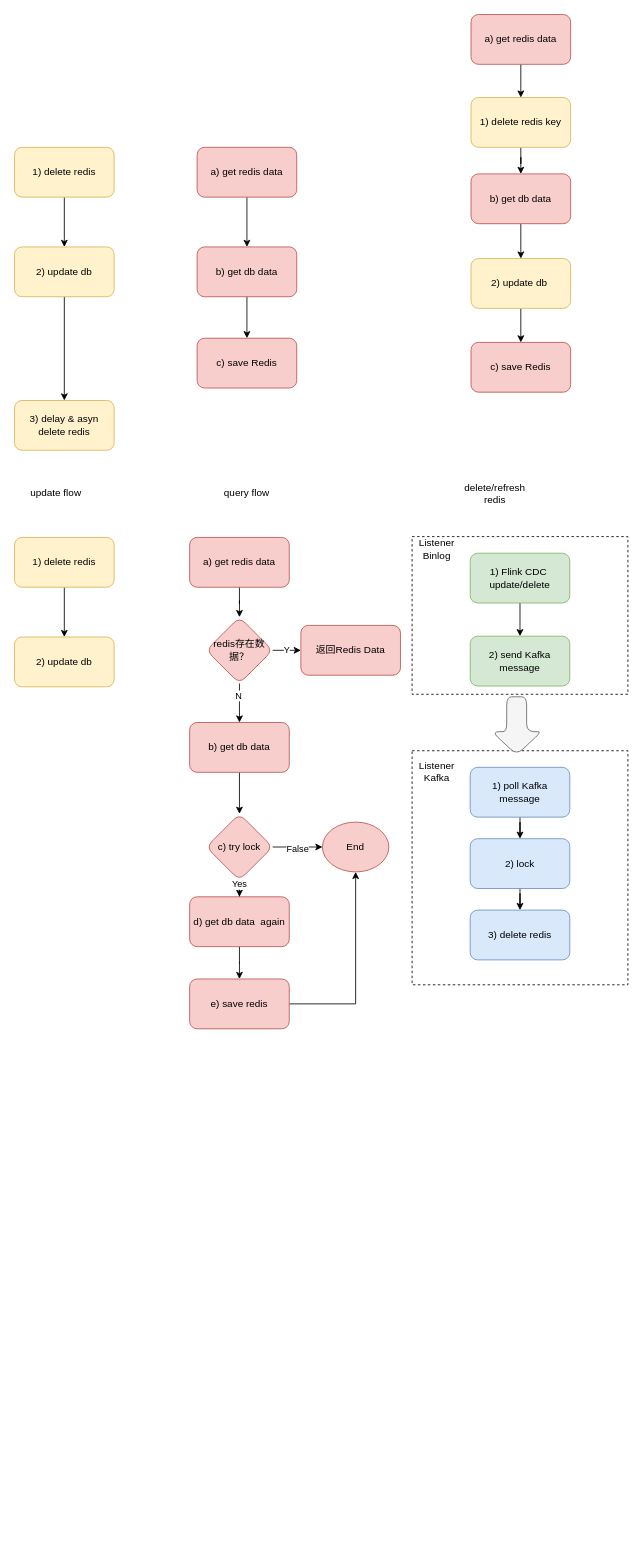
Before: db&redis_consistency.drawio in qiufang1314/drawio, a draw.io diagram. Source tidied: cells renumbered, new cells numbered last; positions are measured from the earlier drawing's top-left corner, leaving out a move shared by most shapes. Both pictures are drawn from the tidied source at 83%, with x=0, y=0 at pixel (14, 14).
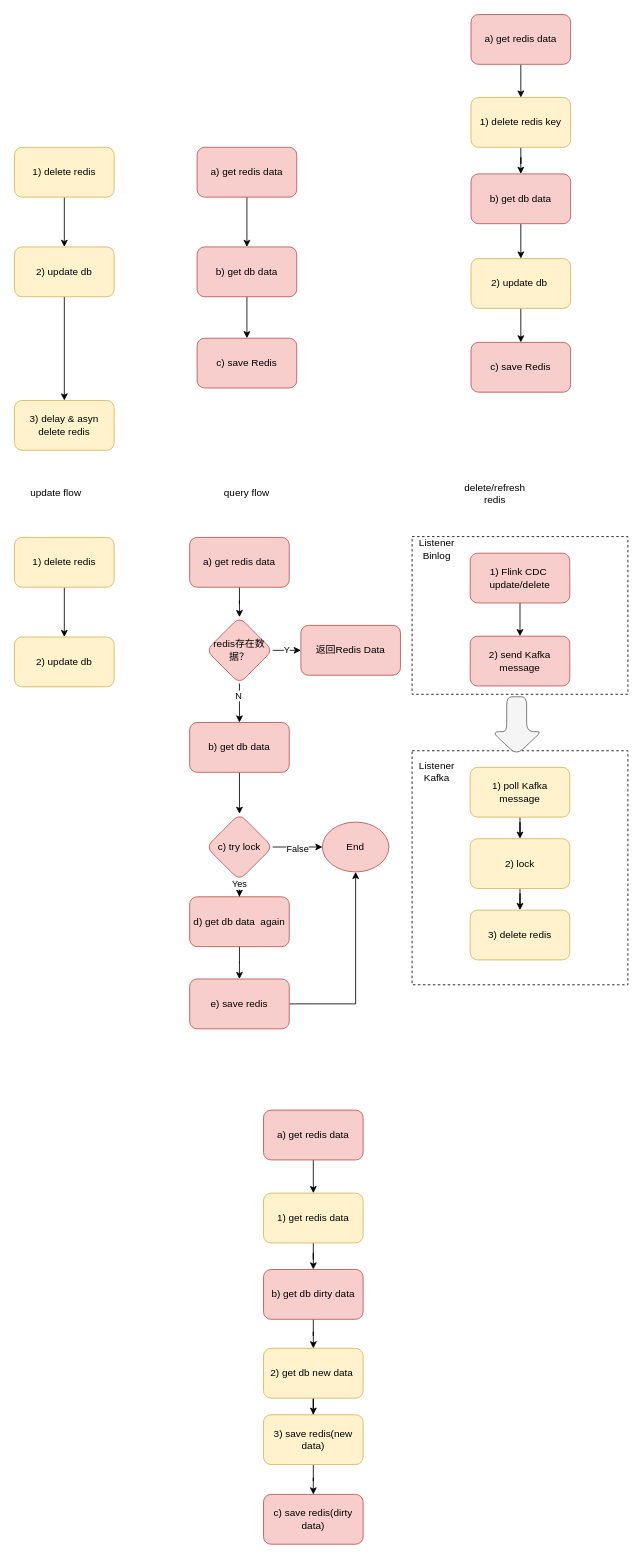
Above is the later version.

Change to the diagram source:
```diff
@@
-    <mxCell id="43" value="1) Flink CDC&amp;nbsp;&lt;br&gt;update/delete" style="rounded=1;whiteSpace=wrap;html=1;fillColor=#d5e8d4;strokeColor=#82b366;" parent="1" vertex="1">
+    <mxCell id="43" value="1) Flink CDC&amp;nbsp;&lt;br&gt;update/delete" style="rounded=1;whiteSpace=wrap;html=1;fillColor=#f8cecc;strokeColor=#b85450;" parent="1" vertex="1">
       <mxGeometry x="549" y="649" width="120" height="60" as="geometry" />
     </mxCell>
-    <mxCell id="44" value="2) send Kafka message" style="whiteSpace=wrap;html=1;fillColor=#d5e8d4;strokeColor=#82b366;rounded=1;" parent="1" vertex="1">
+    <mxCell id="44" value="2) send Kafka message" style="whiteSpace=wrap;html=1;fillColor=#f8cecc;strokeColor=#b85450;rounded=1;" parent="1" vertex="1">
       <mxGeometry x="549" y="749" width="120" height="60" as="geometry" />
     </mxCell>
@@
-    <mxCell id="46" value="1) poll Kafka message" style="whiteSpace=wrap;html=1;fillColor=#dae8fc;strokeColor=#6c8ebf;rounded=1;" parent="1" vertex="1">
+    <mxCell id="46" value="1) poll Kafka message" style="whiteSpace=wrap;html=1;fillColor=#fff2cc;strokeColor=#d6b656;rounded=1;" parent="1" vertex="1">
       <mxGeometry x="549" y="907" width="120" height="60" as="geometry" />
     </mxCell>
@@
-    <mxCell id="50" value="2) lock" style="whiteSpace=wrap;html=1;fillColor=#dae8fc;strokeColor=#6c8ebf;rounded=1;" parent="1" vertex="1">
+    <mxCell id="50" value="2) lock" style="whiteSpace=wrap;html=1;fillColor=#fff2cc;strokeColor=#d6b656;rounded=1;" parent="1" vertex="1">
       <mxGeometry x="549" y="993" width="120" height="60" as="geometry" />
     </mxCell>
-    <mxCell id="51" value="3) delete redis" style="whiteSpace=wrap;html=1;fillColor=#dae8fc;strokeColor=#6c8ebf;rounded=1;" parent="1" vertex="1">
+    <mxCell id="51" value="3) delete redis" style="whiteSpace=wrap;html=1;fillColor=#fff2cc;strokeColor=#d6b656;rounded=1;" parent="1" vertex="1">
       <mxGeometry x="549" y="1079" width="120" height="60" as="geometry" />
     </mxCell>
@@
+    <mxCell id="59" style="edgeStyle=orthogonalEdgeStyle;rounded=0;jettySize=auto;html=1;" parent="1" edge="1" source="60" target="66">
+      <mxGeometry relative="1" as="geometry" />
+    </mxCell>
+    <mxCell id="60" value="1) get redis data" style="rounded=1;whiteSpace=wrap;html=1;fillColor=#fff2cc;strokeColor=#d6b656;" parent="1" vertex="1">
+      <mxGeometry x="300" y="1420" width="120" height="60" as="geometry" />
+    </mxCell>
+    <mxCell id="61" style="edgeStyle=orthogonalEdgeStyle;rounded=0;jettySize=auto;html=1;" parent="1" edge="1" source="62" target="69">
+      <mxGeometry relative="1" as="geometry" />
+    </mxCell>
+    <mxCell id="62" value="2) get db new data&amp;nbsp;" style="rounded=1;whiteSpace=wrap;html=1;fillColor=#fff2cc;strokeColor=#d6b656;" parent="1" vertex="1">
+      <mxGeometry x="300" y="1607" width="120" height="60" as="geometry" />
+    </mxCell>
+    <mxCell id="63" style="edgeStyle=orthogonalEdgeStyle;rounded=0;jettySize=auto;html=1;exitX=0.5;exitY=1;exitDx=0;exitDy=0;entryX=0.5;entryY=0;entryDx=0;entryDy=0;" parent="1" edge="1" source="64" target="60">
+      <mxGeometry relative="1" as="geometry" />
+    </mxCell>
+    <mxCell id="64" value="a) get redis data" style="rounded=1;whiteSpace=wrap;html=1;fillColor=#f8cecc;strokeColor=#b85450;" parent="1" vertex="1">
+      <mxGeometry x="300" y="1320" width="120" height="60" as="geometry" />
+    </mxCell>
+    <mxCell id="65" style="edgeStyle=orthogonalEdgeStyle;rounded=0;jettySize=auto;html=1;" parent="1" edge="1" source="66" target="62">
+      <mxGeometry relative="1" as="geometry" />
+    </mxCell>
+    <mxCell id="66" value="b) get db dirty data" style="rounded=1;whiteSpace=wrap;html=1;fillColor=#f8cecc;strokeColor=#b85450;" parent="1" vertex="1">
+      <mxGeometry x="300" y="1512" width="120" height="60" as="geometry" />
+    </mxCell>
+    <mxCell id="67" value="c) save redis(dirty data)" style="rounded=1;whiteSpace=wrap;html=1;fillColor=#f8cecc;strokeColor=#b85450;" parent="1" vertex="1">
+      <mxGeometry x="300" y="1783" width="120" height="60" as="geometry" />
+    </mxCell>
+    <mxCell id="68" style="edgeStyle=orthogonalEdgeStyle;rounded=0;jettySize=auto;html=1;" parent="1" edge="1" source="69" target="67">
+      <mxGeometry relative="1" as="geometry" />
+    </mxCell>
+    <mxCell id="69" value="3) save redis(new data)" style="whiteSpace=wrap;html=1;fillColor=#fff2cc;strokeColor=#d6b656;rounded=1;" parent="1" vertex="1">
+      <mxGeometry x="300" y="1687" width="120" height="60" as="geometry" />
+    </mxCell>
```
